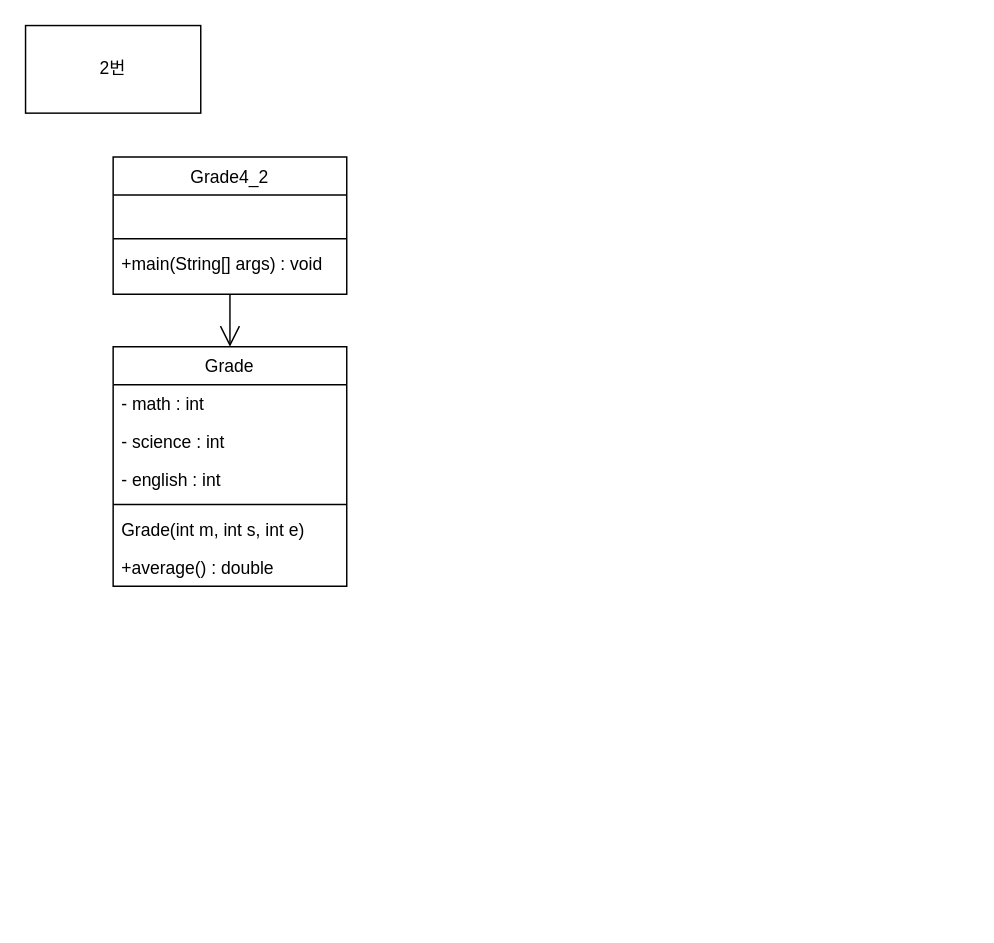
Above: 4장 과제.drawio in skatld123/NSH (draw.io), before the change. Source tidied: cells renumbered, new cells numbered last; positions are measured from the earlier drawing's top-left corner, leaving out a move shared by most shapes. Both pictures are drawn from the tidied source at 146%, with x=0, y=0 at pixel (25, 25).
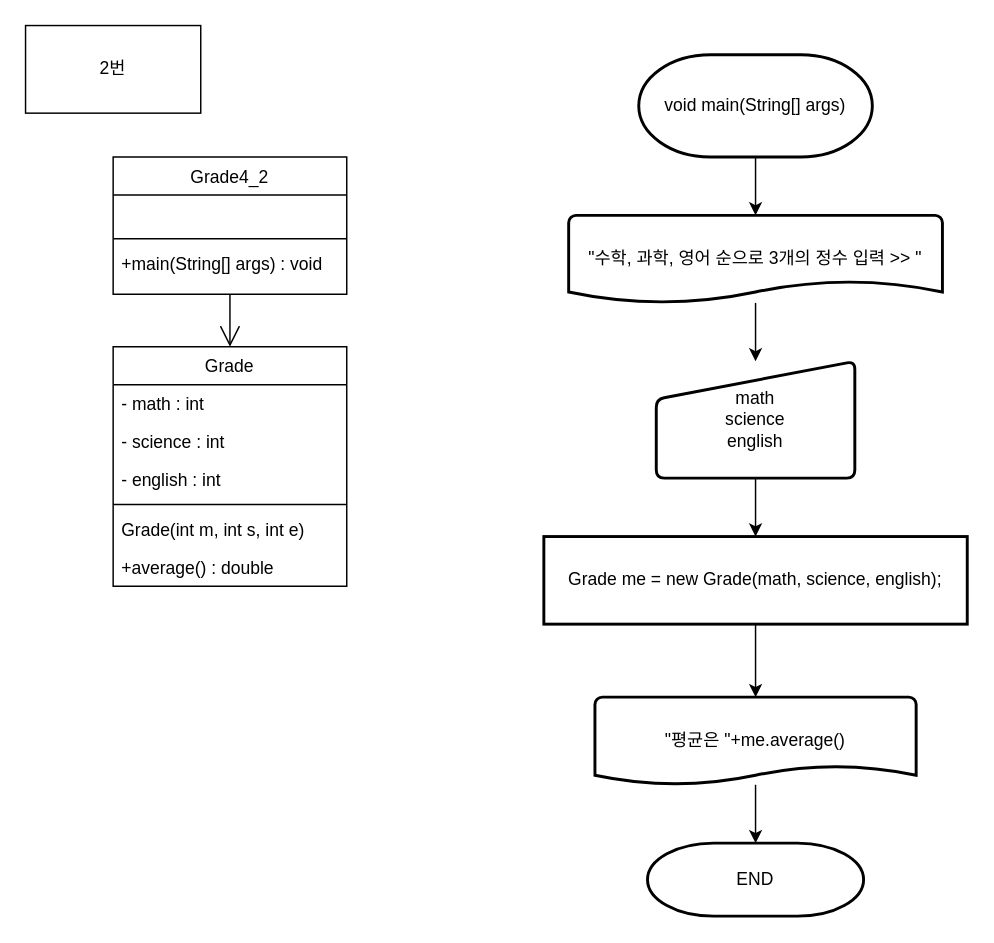
The same diagram, later.

Commit message (it also covers changes not shown here):
4장 과제.drawio 업데이트

What changed in the source:
```diff
@@
+    <mxCell id="15" style="edgeStyle=orthogonalEdgeStyle;rounded=0;jettySize=auto;html=1;" parent="1" edge="1" source="16" target="18">
+      <mxGeometry relative="1" as="geometry" />
+    </mxCell>
+    <mxCell id="16" value="void main(String[] args)" style="strokeWidth=2;html=1;shape=mxgraph.flowchart.terminator;whiteSpace=wrap;" parent="1" vertex="1">
+      <mxGeometry x="420" y="20" width="160" height="70" as="geometry" />
+    </mxCell>
+    <mxCell id="17" style="edgeStyle=orthogonalEdgeStyle;rounded=0;jettySize=auto;html=1;" parent="1" edge="1" source="18" target="20">
+      <mxGeometry relative="1" as="geometry" />
+    </mxCell>
+    <mxCell id="18" value="&quot;수학, 과학, 영어 순으로 3개의 정수 입력 &gt;&gt; &quot;" style="strokeWidth=2;html=1;shape=mxgraph.flowchart.document2;whiteSpace=wrap;size=0.25;" parent="1" vertex="1">
+      <mxGeometry x="372" y="130" width="256" height="60" as="geometry" />
+    </mxCell>
+    <mxCell id="19" style="edgeStyle=orthogonalEdgeStyle;rounded=0;jettySize=auto;html=1;" parent="1" edge="1" source="20" target="22">
+      <mxGeometry relative="1" as="geometry" />
+    </mxCell>
+    <mxCell id="20" value="math&lt;br&gt;science&lt;br&gt;english" style="html=1;strokeWidth=2;shape=manualInput;whiteSpace=wrap;rounded=1;size=26;arcSize=11;" parent="1" vertex="1">
+      <mxGeometry x="432" y="230" width="136" height="80" as="geometry" />
+    </mxCell>
+    <mxCell id="21" style="edgeStyle=orthogonalEdgeStyle;rounded=0;jettySize=auto;html=1;" parent="1" edge="1" source="22" target="24">
+      <mxGeometry relative="1" as="geometry" />
+    </mxCell>
+    <mxCell id="22" value="Grade me = new Grade(math, science, english);" style="rounded=1;whiteSpace=wrap;html=1;absoluteArcSize=1;arcSize=0;strokeWidth=2;" parent="1" vertex="1">
+      <mxGeometry x="355" y="350" width="290" height="60" as="geometry" />
+    </mxCell>
+    <mxCell id="23" style="edgeStyle=orthogonalEdgeStyle;rounded=0;jettySize=auto;html=1;" parent="1" edge="1" source="24" target="25">
+      <mxGeometry relative="1" as="geometry" />
+    </mxCell>
+    <mxCell id="24" value="&quot;평균은 &quot;+me.average()" style="strokeWidth=2;html=1;shape=mxgraph.flowchart.document2;whiteSpace=wrap;size=0.21666666666666667;" parent="1" vertex="1">
+      <mxGeometry x="390" y="460" width="220" height="60" as="geometry" />
+    </mxCell>
+    <mxCell id="25" value="END" style="strokeWidth=2;html=1;shape=mxgraph.flowchart.terminator;whiteSpace=wrap;" parent="1" vertex="1">
+      <mxGeometry x="426" y="560" width="148" height="50" as="geometry" />
+    </mxCell>
```
